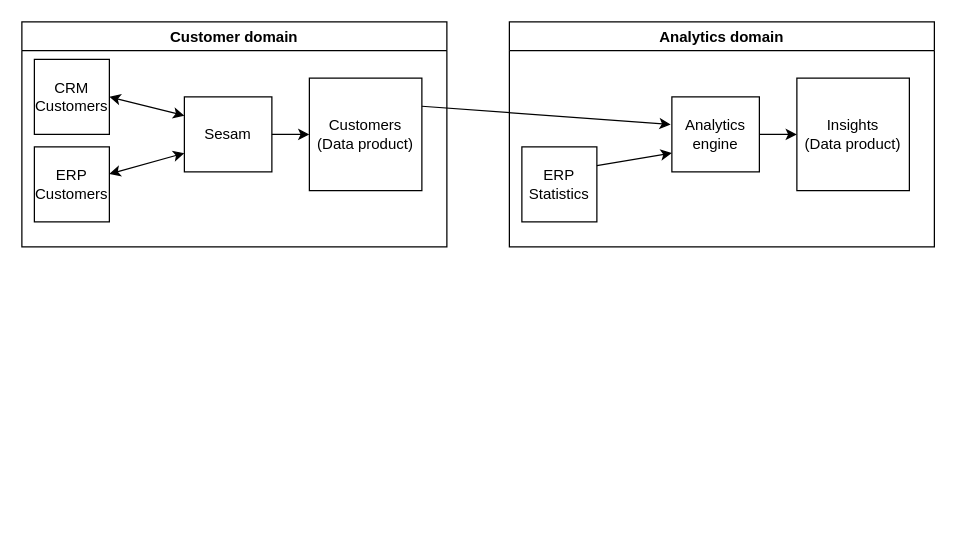
datanav/docs keeps this draw.io diagram as images/dataproduct.drawio. Above is the earlier version. Source tidied: cells renumbered, new cells numbered last; positions are measured from the earlier drawing's top-left corner, leaving out a move shared by most shapes. Both pictures are drawn from the tidied source at 125%, with x=0, y=0 at pixel (21, 21).
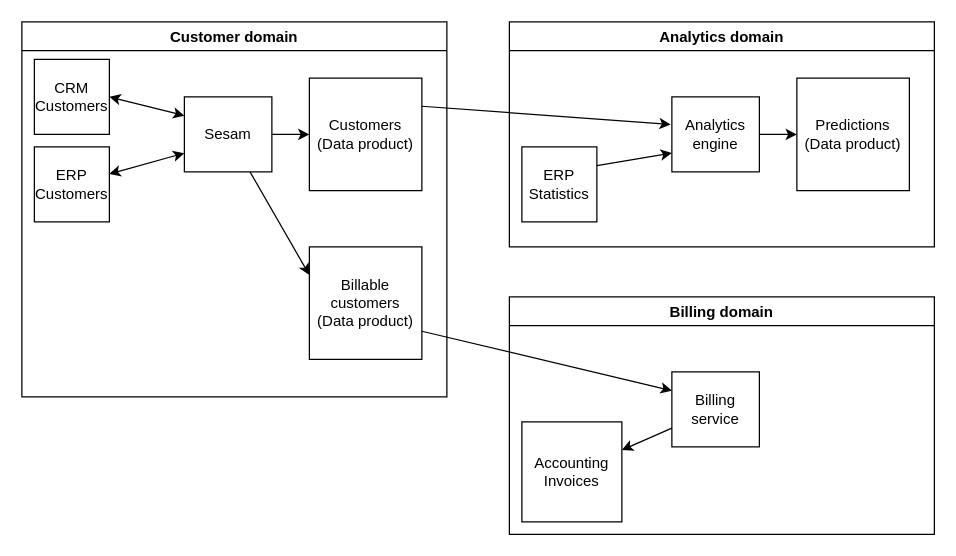
The same page after the edit.

The change refers to these unchanged cells:
```xml
<mxCell id="6" value="&lt;div&gt;Sesam&lt;/div&gt;" style="rounded=0;whiteSpace=wrap;html=1;" parent="2" vertex="1">
  <mxGeometry x="130" y="60" width="70" height="60" as="geometry" />
</mxCell>
<mxCell id="10" value="Analytics domain" style="swimlane;fillColor=none;" parent="1" vertex="1">
  <mxGeometry x="390" width="340" height="180" as="geometry" />
</mxCell>
```

Change to the diagram source:
```diff
@@
     <mxCell id="2" value="Customer domain" style="swimlane;fillColor=none;" parent="1" vertex="1">
-      <mxGeometry width="340" height="180" as="geometry" />
+      <mxGeometry width="340" height="300" as="geometry" />
     </mxCell>
@@
+    <mxCell id="17" value="&lt;div&gt;Billable customers&lt;/div&gt;&lt;div&gt;(Data product)&lt;br&gt;&lt;/div&gt;" style="whiteSpace=wrap;html=1;" parent="2" vertex="1">
+      <mxGeometry x="230" y="180" width="90" height="90" as="geometry" />
+    </mxCell>
+    <mxCell id="18" style="endArrow=classic;html=1;rounded=0;exitX=0.75;exitY=1;exitDx=0;exitDy=0;entryX=0;entryY=0.25;entryDx=0;entryDy=0;" parent="2" edge="1" source="6" target="17">
+      <mxGeometry relative="1" as="geometry" />
+    </mxCell>
@@
-    <mxCell id="12" value="&lt;div&gt;Insights&lt;br&gt;&lt;/div&gt;&lt;div&gt;(Data product)&lt;br&gt;&lt;/div&gt;" style="whiteSpace=wrap;html=1;" parent="10" vertex="1">
+    <mxCell id="12" value="&lt;div&gt;Predictions&lt;br&gt;&lt;/div&gt;&lt;div&gt;(Data product)&lt;br&gt;&lt;/div&gt;" style="whiteSpace=wrap;html=1;" parent="10" vertex="1">
       <mxGeometry x="230" y="45" width="90" height="90" as="geometry" />
     </mxCell>
@@
+    <mxCell id="19" value="Billing domain" style="swimlane;fillColor=none;" parent="1" vertex="1">
+      <mxGeometry x="390" y="220" width="340" height="190" as="geometry" />
+    </mxCell>
+    <mxCell id="20" value="&lt;div&gt;Accounting&lt;/div&gt;&lt;div&gt;Invoices&lt;br&gt;&lt;/div&gt;" style="whiteSpace=wrap;html=1;" parent="19" vertex="1">
+      <mxGeometry x="10" y="100" width="80" height="80" as="geometry" />
+    </mxCell>
+    <mxCell id="21" value="Billing service" style="rounded=0;whiteSpace=wrap;html=1;" parent="19" vertex="1">
+      <mxGeometry x="130" y="60" width="70" height="60" as="geometry" />
+    </mxCell>
+    <mxCell id="22" style="endArrow=none;startArrow=classic;html=1;rounded=0;entryX=0;entryY=0.75;entryDx=0;entryDy=0;" parent="19" edge="1" source="20" target="21">
+      <mxGeometry relative="1" as="geometry" />
+    </mxCell>
+    <mxCell id="23" style="endArrow=classic;html=1;rounded=0;entryX=0;entryY=0.25;entryDx=0;entryDy=0;exitX=1;exitY=0.75;exitDx=0;exitDy=0;" parent="1" edge="1" source="17" target="21">
+      <mxGeometry relative="1" as="geometry" />
+    </mxCell>
```
